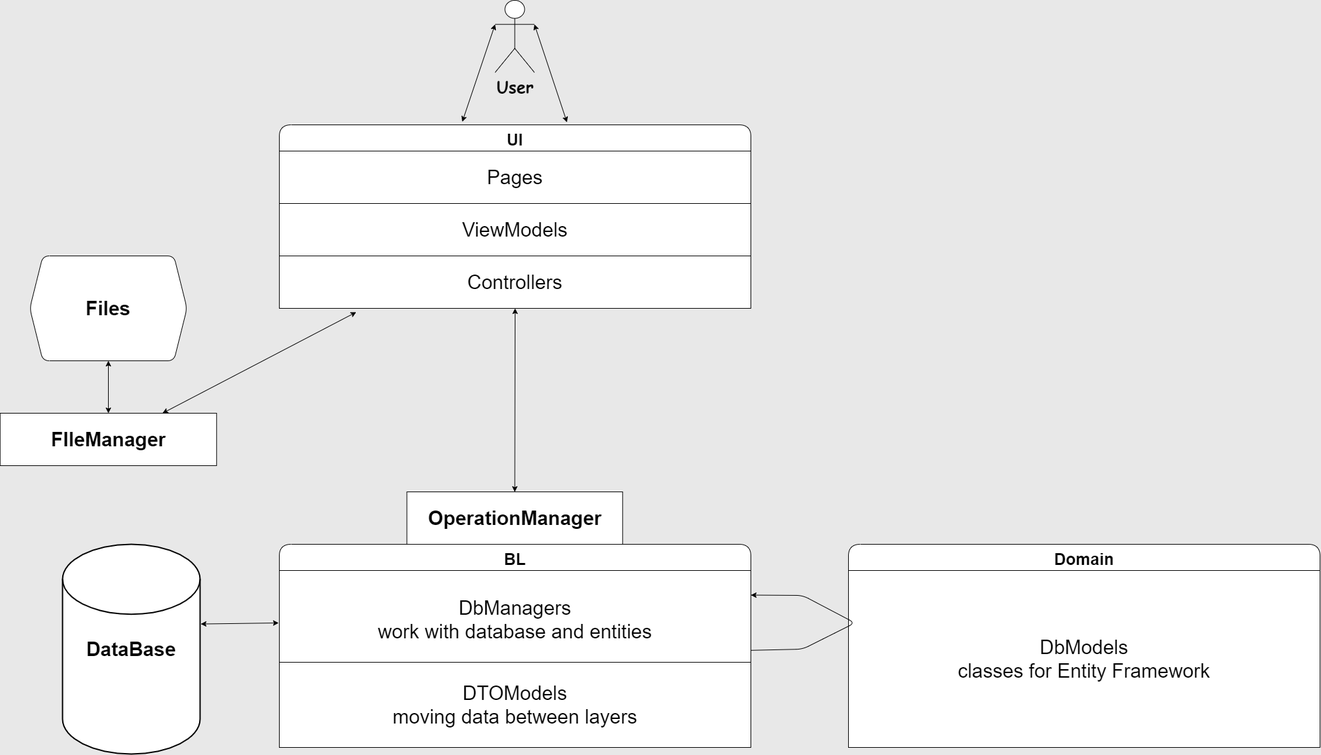
Above: NewsSiteDiagramm.png in Ulyanov-programmer/NewsSite (draw.io), before the change. Source tidied: cells renumbered, new cells last; positions are measured from the earlier drawing's top-left corner, leaving out a move shared by most shapes. Source of this version:
```xml
<mxGraphModel background="#E8E8E8">
  <root>
    <mxCell id="0" />
    <mxCell id="1" parent="0" />
    <mxCell id="2" value="User" style="shape=umlActor;verticalLabelPosition=bottom;verticalAlign=top;html=1;outlineConnect=0;fontSize=25;fontFamily=Comic Sans MS;fontStyle=1;" parent="1" vertex="1">
      <mxGeometry x="755.5" width="60" height="110" as="geometry" />
    </mxCell>
    <mxCell id="3" value="DataBase" style="strokeWidth=2;html=1;shape=mxgraph.flowchart.database;whiteSpace=wrap;fontFamily=Helvetica;fontSize=30;fontStyle=1;" parent="1" vertex="1">
      <mxGeometry x="95" y="830" width="210" height="320" as="geometry" />
    </mxCell>
    <mxCell id="4" value="UI" style="swimlane;rounded=1;fontSize=25;startSize=40;" parent="1" vertex="1">
      <mxGeometry x="426" y="190" width="720" height="280" as="geometry" />
    </mxCell>
    <mxCell id="5" value="Pages" style="rounded=0;whiteSpace=wrap;html=1;fontSize=30;" parent="4" vertex="1">
      <mxGeometry y="40" width="720" height="80" as="geometry" />
    </mxCell>
    <mxCell id="6" value="ViewModels" style="rounded=0;whiteSpace=wrap;html=1;fontSize=30;" parent="4" vertex="1">
      <mxGeometry y="120" width="720" height="80" as="geometry" />
    </mxCell>
    <mxCell id="7" value="Controllers" style="rounded=0;whiteSpace=wrap;html=1;fontSize=30;" parent="4" vertex="1">
      <mxGeometry y="200" width="720" height="80" as="geometry" />
    </mxCell>
    <mxCell id="8" value="Domain" style="swimlane;rounded=1;fontSize=25;startSize=40;" parent="1" vertex="1">
      <mxGeometry x="1295" y="830" width="720" height="310" as="geometry" />
    </mxCell>
    <mxCell id="9" value="DbModels&lt;br&gt;classes for Entity Framework" style="rounded=0;whiteSpace=wrap;html=1;fontSize=30;" parent="8" vertex="1">
      <mxGeometry y="40" width="720" height="270" as="geometry" />
    </mxCell>
    <mxCell id="10" value="BL" style="swimlane;rounded=1;fontSize=25;startSize=40;" parent="1" vertex="1">
      <mxGeometry x="426" y="830" width="720" height="310" as="geometry" />
    </mxCell>
    <mxCell id="11" value="DbManagers&lt;br&gt;work with database and entities" style="rounded=0;whiteSpace=wrap;html=1;fontSize=30;" parent="10" vertex="1">
      <mxGeometry y="40" width="720" height="150" as="geometry" />
    </mxCell>
    <mxCell id="12" value="DTOModels&lt;br&gt;moving data between layers" style="rounded=0;whiteSpace=wrap;html=1;fontSize=30;" parent="10" vertex="1">
      <mxGeometry y="180" width="720" height="130" as="geometry" />
    </mxCell>
    <mxCell id="13" style="endArrow=classic;html=1;fontFamily=Helvetica;fontSize=25;entryX=1;entryY=0.25;entryDx=0;entryDy=0;exitX=1;exitY=0.812;exitDx=0;exitDy=0;exitPerimeter=0;" parent="10" edge="1" source="11" target="10">
      <mxGeometry relative="1" as="geometry">
        <Array as="points">
          <mxPoint x="799" y="160" />
          <mxPoint x="839" y="140" />
          <mxPoint x="879" y="120" />
          <mxPoint x="799" y="78" />
        </Array>
      </mxGeometry>
    </mxCell>
    <mxCell id="14" value="OperationManager" style="rounded=0;whiteSpace=wrap;html=1;fontSize=30;fontStyle=1;" parent="1" vertex="1">
      <mxGeometry x="620.8" y="750" width="329.5" height="80" as="geometry" />
    </mxCell>
    <mxCell id="15" value="FIleManager" style="rounded=0;whiteSpace=wrap;html=1;fontSize=30;fontStyle=1;" parent="1" vertex="1">
      <mxGeometry x="-0.2" y="630" width="330.5" height="80" as="geometry" />
    </mxCell>
    <mxCell id="16" value="Files" style="shape=hexagon;perimeter=hexagonPerimeter2;whiteSpace=wrap;html=1;fixedSize=1;rounded=1;fontSize=30;fontStyle=1;" parent="1" vertex="1">
      <mxGeometry x="45" y="390" width="240" height="160" as="geometry" />
    </mxCell>
    <mxCell id="17" style="endArrow=classic;startArrow=classic;html=1;fontFamily=Helvetica;fontSize=25;entryX=1.005;entryY=0.38;entryDx=0;entryDy=0;entryPerimeter=0;" parent="1" edge="1" target="3">
      <mxGeometry relative="1" as="geometry">
        <mxPoint x="425" y="950" as="sourcePoint" />
      </mxGeometry>
    </mxCell>
    <mxCell id="18" style="endArrow=classic;startArrow=classic;html=1;fontFamily=Helvetica;fontSize=25;entryX=0.5;entryY=1;entryDx=0;entryDy=0;exitX=0.5;exitY=0;exitDx=0;exitDy=0;" parent="1" edge="1" source="15" target="16">
      <mxGeometry relative="1" as="geometry" />
    </mxCell>
    <mxCell id="19" style="endArrow=classic;startArrow=classic;html=1;fontFamily=Helvetica;fontSize=25;entryX=0.5;entryY=1;entryDx=0;entryDy=0;exitX=0.5;exitY=0;exitDx=0;exitDy=0;" parent="1" edge="1" source="14" target="7">
      <mxGeometry relative="1" as="geometry" />
    </mxCell>
    <mxCell id="20" style="endArrow=classic;startArrow=classic;html=1;fontFamily=Helvetica;fontSize=25;entryX=1;entryY=0.3333333333333333;entryDx=0;entryDy=0;entryPerimeter=0;exitX=0.61;exitY=-0.014;exitDx=0;exitDy=0;exitPerimeter=0;" parent="1" edge="1" source="4" target="2">
      <mxGeometry relative="1" as="geometry" />
    </mxCell>
    <mxCell id="21" style="endArrow=classic;startArrow=classic;html=1;fontFamily=Helvetica;fontSize=25;entryX=0;entryY=0.3333333333333333;entryDx=0;entryDy=0;entryPerimeter=0;exitX=0.388;exitY=-0.017;exitDx=0;exitDy=0;exitPerimeter=0;" parent="1" edge="1" source="4" target="2">
      <mxGeometry relative="1" as="geometry" />
    </mxCell>
    <mxCell id="22" style="endArrow=classic;startArrow=classic;html=1;fontFamily=Helvetica;fontSize=25;exitX=0.75;exitY=0;exitDx=0;exitDy=0;entryX=0.163;entryY=1.073;entryDx=0;entryDy=0;entryPerimeter=0;" parent="1" edge="1" source="15" target="7">
      <mxGeometry relative="1" as="geometry" />
    </mxCell>
    <mxCell id="23" style="endArrow=classic;startArrow=classic;html=1;fontFamily=Helvetica;fontSize=25;exitX=0.5;exitY=1;exitDx=0;exitDy=0;entryX=0.5;entryY=0;entryDx=0;entryDy=0;" parent="1" edge="1" source="14" target="10">
      <mxGeometry relative="1" as="geometry" />
    </mxCell>
  </root>
</mxGraphModel>
```
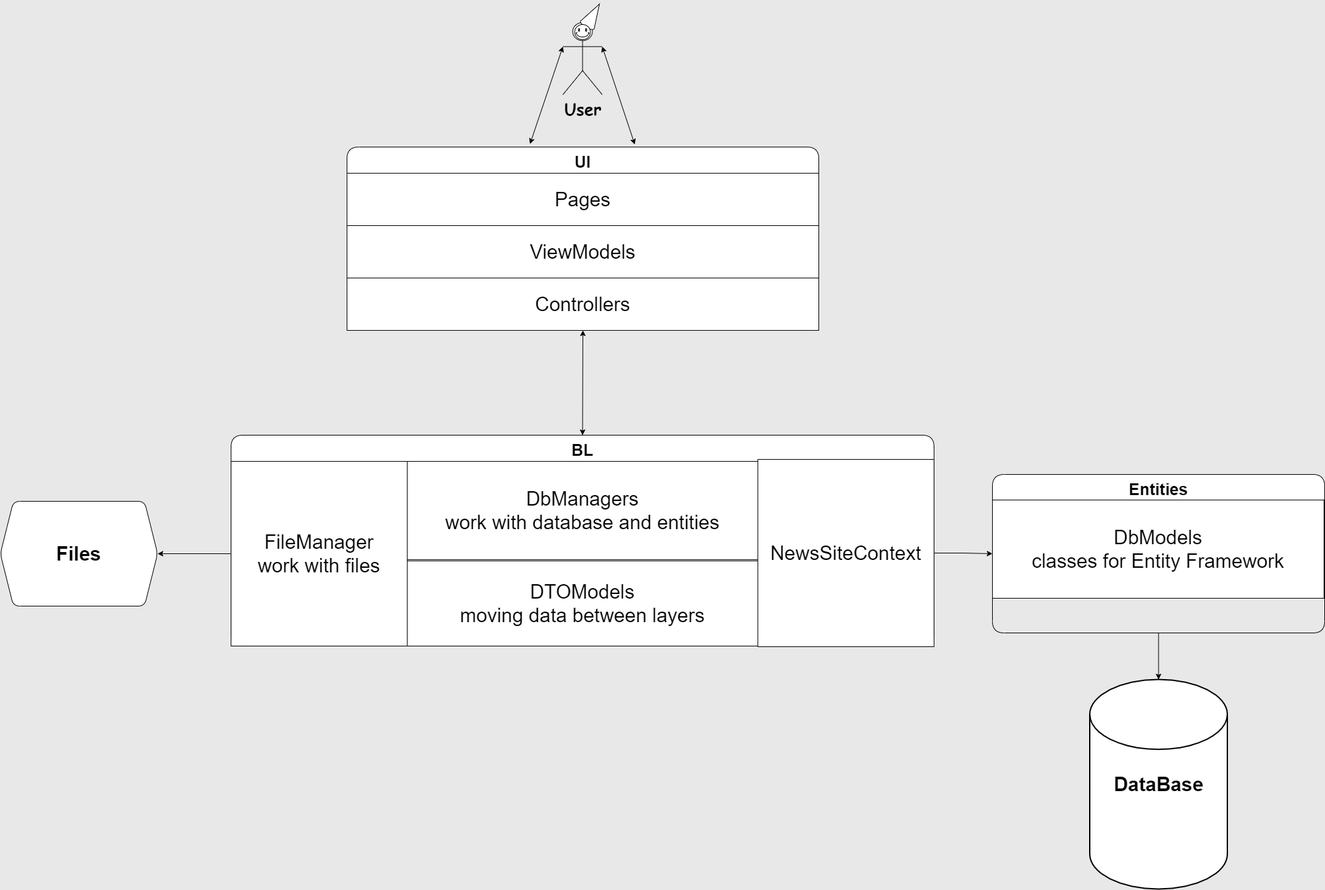
The same file after the commit.

What changed in the source:
```diff
@@ -6,7 +6,7 @@
       <mxGeometry x="755.5" width="60" height="110" as="geometry" />
     </mxCell>
     <mxCell id="3" value="DataBase" style="strokeWidth=2;html=1;shape=mxgraph.flowchart.database;whiteSpace=wrap;fontFamily=Helvetica;fontSize=30;fontStyle=1;" parent="1" vertex="1">
-      <mxGeometry x="95" y="830" width="210" height="320" as="geometry" />
+      <mxGeometry x="1559.5" y="1003" width="210" height="320" as="geometry" />
     </mxCell>
     <mxCell id="4" value="UI" style="swimlane;rounded=1;fontSize=25;startSize=40;" parent="1" vertex="1">
       <mxGeometry x="426" y="190" width="720" height="280" as="geometry" />
@@ -20,49 +20,34 @@
     <mxCell id="7" value="Controllers" style="rounded=0;whiteSpace=wrap;html=1;fontSize=30;" parent="4" vertex="1">
       <mxGeometry y="200" width="720" height="80" as="geometry" />
     </mxCell>
+    <mxCell id="24" style="edgeStyle=orthogonalEdgeStyle;rounded=0;jettySize=auto;html=1;entryX=0.5;entryY=0;entryDx=0;entryDy=0;entryPerimeter=0;" parent="1" edge="1" source="8" target="3">
+      <mxGeometry relative="1" as="geometry" />
+    </mxCell>
-    <mxCell id="8" value="Domain" style="swimlane;rounded=1;fontSize=25;startSize=40;" parent="1" vertex="1">
-      <mxGeometry x="1295" y="830" width="720" height="310" as="geometry" />
+    <mxCell id="8" value="Entities" style="swimlane;rounded=1;fontSize=25;startSize=40;" parent="1" vertex="1">
+      <mxGeometry x="1411" y="690" width="507" height="242" as="geometry" />
     </mxCell>
     <mxCell id="9" value="DbModels&lt;br&gt;classes for Entity Framework" style="rounded=0;whiteSpace=wrap;html=1;fontSize=30;" parent="8" vertex="1">
-      <mxGeometry y="40" width="720" height="270" as="geometry" />
+      <mxGeometry y="39" width="506" height="150" as="geometry" />
     </mxCell>
     <mxCell id="10" value="BL" style="swimlane;rounded=1;fontSize=25;startSize=40;" parent="1" vertex="1">
-      <mxGeometry x="426" y="830" width="720" height="310" as="geometry" />
+      <mxGeometry x="249.1" y="630" width="1072.8" height="322" as="geometry" />
     </mxCell>
     <mxCell id="11" value="DbManagers&lt;br&gt;work with database and entities" style="rounded=0;whiteSpace=wrap;html=1;fontSize=30;" parent="10" vertex="1">
-      <mxGeometry y="40" width="720" height="150" as="geometry" />
+      <mxGeometry x="204.1" y="40" width="664.6" height="150" as="geometry" />
     </mxCell>
     <mxCell id="12" value="DTOModels&lt;br&gt;moving data between layers" style="rounded=0;whiteSpace=wrap;html=1;fontSize=30;" parent="10" vertex="1">
-      <mxGeometry y="180" width="720" height="130" as="geometry" />
+      <mxGeometry x="204.1" y="192" width="664.6" height="130" as="geometry" />
     </mxCell>
-    <mxCell id="13" style="endArrow=classic;html=1;fontFamily=Helvetica;fontSize=25;entryX=1;entryY=0.25;entryDx=0;entryDy=0;exitX=1;exitY=0.812;exitDx=0;exitDy=0;exitPerimeter=0;" parent="10" edge="1" source="11" target="10">
-      <mxGeometry relative="1" as="geometry">
-        <Array as="points">
-          <mxPoint x="799" y="160" />
-          <mxPoint x="839" y="140" />
-          <mxPoint x="879" y="120" />
-          <mxPoint x="799" y="78" />
-        </Array>
-      </mxGeometry>
-    </mxCell>
-    <mxCell id="14" value="OperationManager" style="rounded=0;whiteSpace=wrap;html=1;fontSize=30;fontStyle=1;" parent="1" vertex="1">
-      <mxGeometry x="620.8" y="750" width="329.5" height="80" as="geometry" />
-    </mxCell>
-    <mxCell id="15" value="FIleManager" style="rounded=0;whiteSpace=wrap;html=1;fontSize=30;fontStyle=1;" parent="1" vertex="1">
-      <mxGeometry x="-0.2" y="630" width="330.5" height="80" as="geometry" />
-    </mxCell>
+    <mxCell id="25" value="FileManager&lt;br&gt;work with files" style="rounded=0;whiteSpace=wrap;html=1;fontSize=30;" parent="10" vertex="1">
+      <mxGeometry y="40" width="268.8" height="282" as="geometry" />
+    </mxCell>
+    <mxCell id="26" value="NewsSiteContext" style="rounded=0;whiteSpace=wrap;html=1;fontSize=30;" parent="10" vertex="1">
+      <mxGeometry x="803.9" y="37" width="268.8" height="286" as="geometry" />
+    </mxCell>
     <mxCell id="16" value="Files" style="shape=hexagon;perimeter=hexagonPerimeter2;whiteSpace=wrap;html=1;fixedSize=1;rounded=1;fontSize=30;fontStyle=1;" parent="1" vertex="1">
-      <mxGeometry x="45" y="390" width="240" height="160" as="geometry" />
+      <mxGeometry x="-103" y="731" width="240" height="160" as="geometry" />
     </mxCell>
-    <mxCell id="17" style="endArrow=classic;startArrow=classic;html=1;fontFamily=Helvetica;fontSize=25;entryX=1.005;entryY=0.38;entryDx=0;entryDy=0;entryPerimeter=0;" parent="1" edge="1" target="3">
-      <mxGeometry relative="1" as="geometry">
-        <mxPoint x="425" y="950" as="sourcePoint" />
-      </mxGeometry>
-    </mxCell>
-    <mxCell id="18" style="endArrow=classic;startArrow=classic;html=1;fontFamily=Helvetica;fontSize=25;entryX=0.5;entryY=1;entryDx=0;entryDy=0;exitX=0.5;exitY=0;exitDx=0;exitDy=0;" parent="1" edge="1" source="15" target="16">
-      <mxGeometry relative="1" as="geometry" />
-    </mxCell>
-    <mxCell id="19" style="endArrow=classic;startArrow=classic;html=1;fontFamily=Helvetica;fontSize=25;entryX=0.5;entryY=1;entryDx=0;entryDy=0;exitX=0.5;exitY=0;exitDx=0;exitDy=0;" parent="1" edge="1" source="14" target="7">
+    <mxCell id="19" style="endArrow=classic;startArrow=classic;html=1;fontFamily=Helvetica;fontSize=25;entryX=0.5;entryY=1;entryDx=0;entryDy=0;exitX=0.5;exitY=0;exitDx=0;exitDy=0;" parent="1" edge="1" source="10" target="7">
       <mxGeometry relative="1" as="geometry" />
     </mxCell>
     <mxCell id="20" style="endArrow=classic;startArrow=classic;html=1;fontFamily=Helvetica;fontSize=25;entryX=1;entryY=0.3333333333333333;entryDx=0;entryDy=0;entryPerimeter=0;exitX=0.61;exitY=-0.014;exitDx=0;exitDy=0;exitPerimeter=0;" parent="1" edge="1" source="4" target="2">
@@ -71,11 +56,17 @@
     <mxCell id="21" style="endArrow=classic;startArrow=classic;html=1;fontFamily=Helvetica;fontSize=25;entryX=0;entryY=0.3333333333333333;entryDx=0;entryDy=0;entryPerimeter=0;exitX=0.388;exitY=-0.017;exitDx=0;exitDy=0;exitPerimeter=0;" parent="1" edge="1" source="4" target="2">
       <mxGeometry relative="1" as="geometry" />
     </mxCell>
-    <mxCell id="22" style="endArrow=classic;startArrow=classic;html=1;fontFamily=Helvetica;fontSize=25;exitX=0.75;exitY=0;exitDx=0;exitDy=0;entryX=0.163;entryY=1.073;entryDx=0;entryDy=0;entryPerimeter=0;" parent="1" edge="1" source="15" target="7">
-      <mxGeometry relative="1" as="geometry" />
-    </mxCell>
-    <mxCell id="23" style="endArrow=classic;startArrow=classic;html=1;fontFamily=Helvetica;fontSize=25;exitX=0.5;exitY=1;exitDx=0;exitDy=0;entryX=0.5;entryY=0;entryDx=0;entryDy=0;" parent="1" edge="1" source="14" target="10">
-      <mxGeometry relative="1" as="geometry" />
-    </mxCell>
+    <mxCell id="27" style="edgeStyle=orthogonalEdgeStyle;rounded=0;jettySize=auto;html=1;entryX=1;entryY=0.5;entryDx=0;entryDy=0;" parent="1" edge="1" source="25" target="16">
+      <mxGeometry relative="1" as="geometry" />
+    </mxCell>
+    <mxCell id="28" style="edgeStyle=orthogonalEdgeStyle;rounded=0;jettySize=auto;html=1;entryX=0;entryY=0.5;entryDx=0;entryDy=0;" parent="1" edge="1" source="26" target="8">
+      <mxGeometry relative="1" as="geometry" />
+    </mxCell>
+    <mxCell id="29" style="verticalLabelPosition=bottom;verticalAlign=top;html=1;shape=mxgraph.basic.cone2;dx=0.5;dy=0.9;rotation=30;" parent="1" vertex="1">
+      <mxGeometry x="789" y="-31" width="24" height="41" as="geometry" />
+    </mxCell>
+    <mxCell id="30" style="verticalLabelPosition=bottom;verticalAlign=top;html=1;shape=mxgraph.basic.smiley;" parent="1" vertex="1">
+      <mxGeometry x="773.5" y="3" width="24" height="23" as="geometry" />
+    </mxCell>
   </root>
 </mxGraphModel>
```
